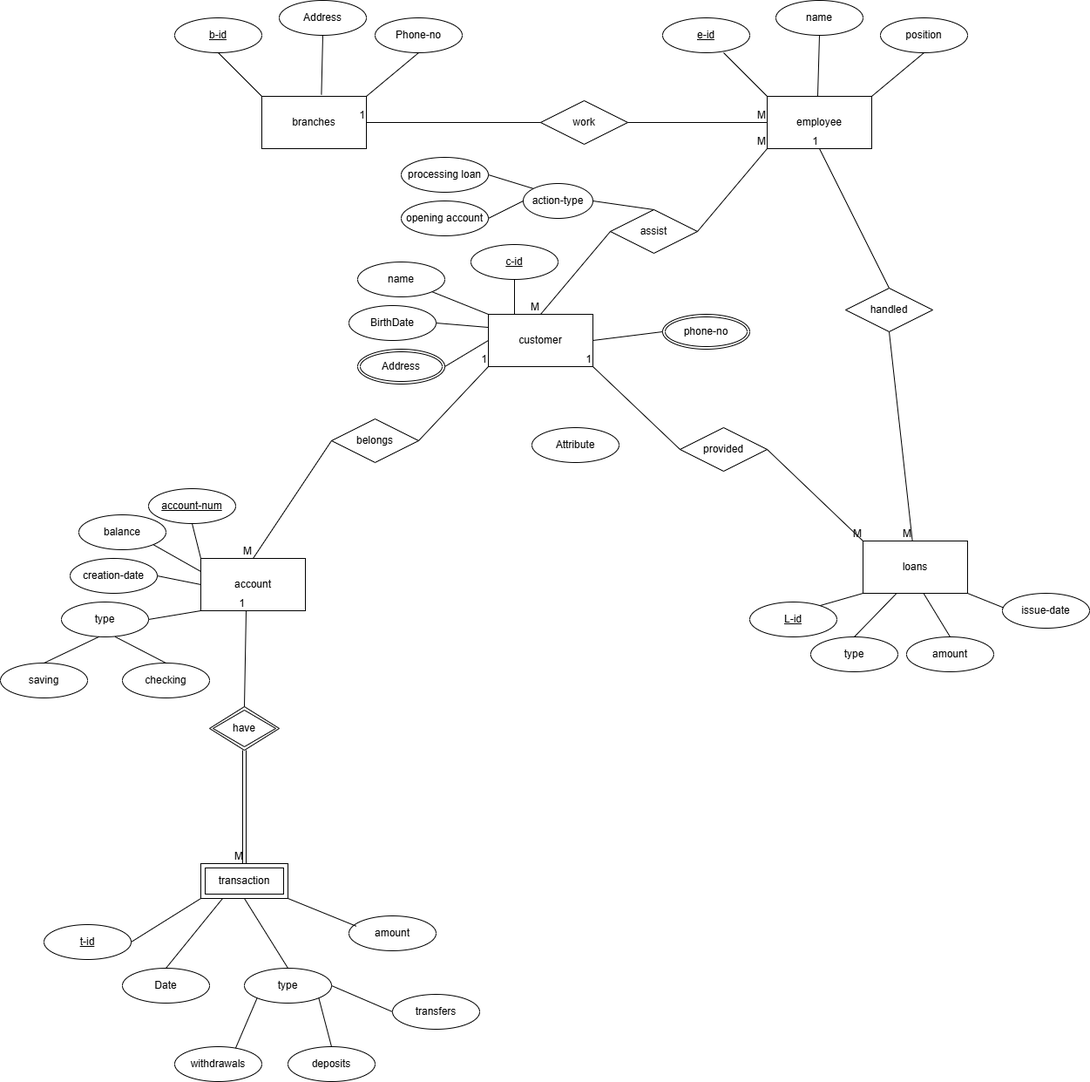
Before: day5/Bank E-R.png, a diagram exported from draw.io (faljabri09-blip/Database-Course-documentation). Source tidied: cells renumbered, new cells last; positions are measured from the earlier drawing's top-left corner, leaving out a move shared by most shapes.
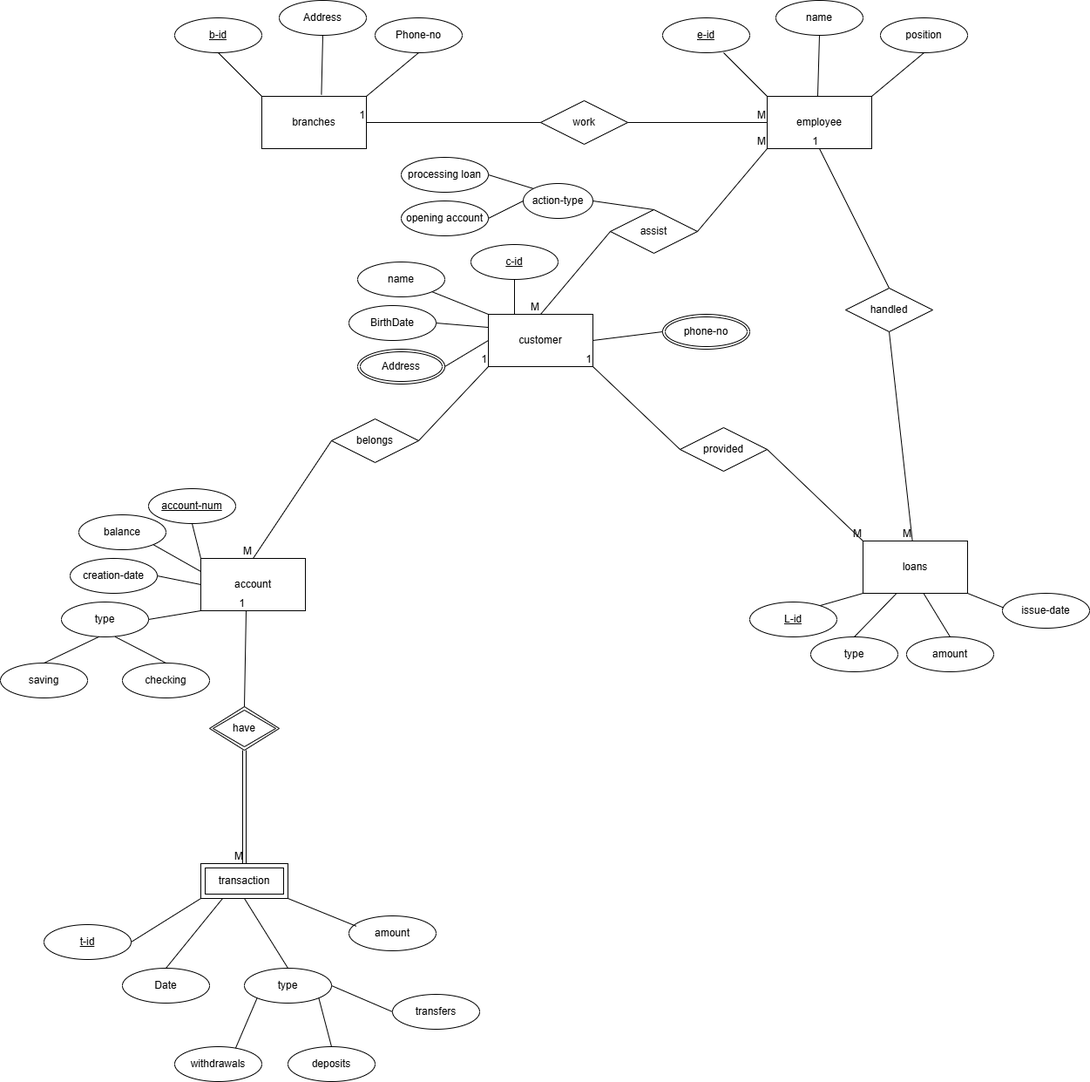
After the commit.

Commit message:
Modified file in folder day5

The edit, as a diff of the source:
```diff
@@ -157,9 +157,6 @@
         <mxPoint x="1000" y="110" as="targetPoint" />
       </mxGeometry>
     </mxCell>
-    <mxCell id="50" value="Attribute" style="ellipse;whiteSpace=wrap;html=1;align=center;" parent="1" vertex="1">
-      <mxGeometry x="610" y="490" width="100" height="40" as="geometry" />
-    </mxCell>
     <mxCell id="51" value="account-num" style="ellipse;whiteSpace=wrap;html=1;align=center;fontStyle=4;" parent="1" vertex="1">
       <mxGeometry x="170" y="560" width="100" height="40" as="geometry" />
     </mxCell>
```
